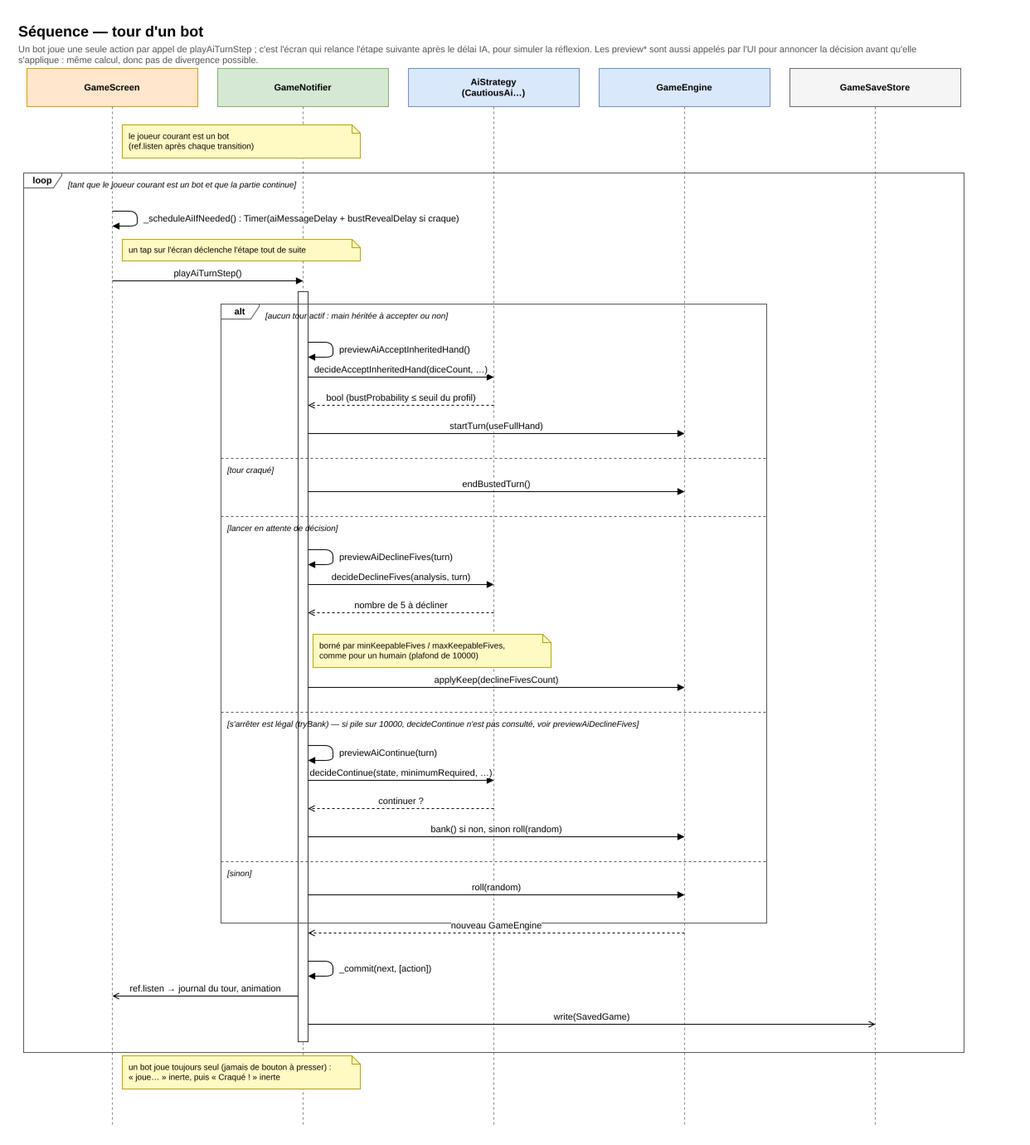
Above: docs/uml/seq-ai-turn.png in microscotch/tenk (draw.io), before the change. Source tidied: cells renumbered, new cells last; positions are measured from the earlier drawing's top-left corner, leaving out a move shared by most shapes.
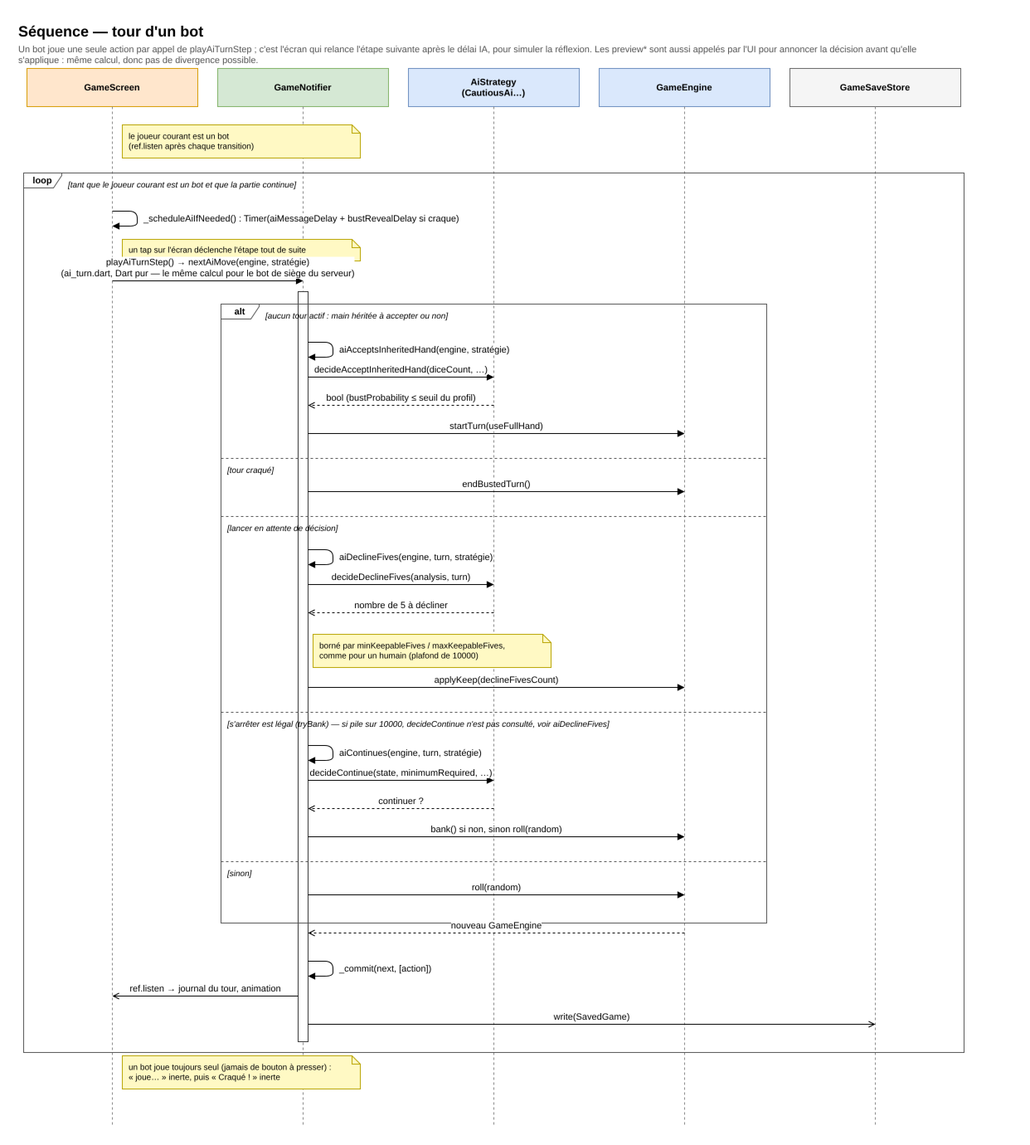
Above is the later version.

The edit, as a diff of the source:
```diff
@@ -75,7 +75,7 @@
     <mxCell id="18" value="un tap sur l'écran déclenche l'étape tout de suite" style="shape=note;size=10;whiteSpace=wrap;html=1;align=left;spacingLeft=6;fontSize=10;fillColor=#fff9c4;strokeColor=#b8a400;" parent="1" vertex="1">
       <mxGeometry x="127" y="268" width="287" height="26" as="geometry" />
     </mxCell>
-    <mxCell id="19" value="playAiTurnStep()" style="endArrow=block;endFill=1;html=1;fontSize=11;verticalAlign=bottom;labelBackgroundColor=#ffffff;" parent="1" edge="1">
+    <mxCell id="19" value="playAiTurnStep() → nextAiMove(engine, stratégie)&lt;br/&gt;(ai_turn.dart, Dart pur — le même calcul pour le bot de siège du serveur)" style="endArrow=block;endFill=1;html=1;fontSize=11;verticalAlign=bottom;labelBackgroundColor=#ffffff;" parent="1" edge="1">
       <mxGeometry relative="1" as="geometry">
         <mxPoint x="115" y="318" as="sourcePoint" />
         <mxPoint x="345" y="318" as="targetPoint" />
@@ -91,7 +91,7 @@
         </Array>
       </mxGeometry>
     </mxCell>
-    <mxCell id="21" value="previewAiAcceptInheritedHand()" style="text;html=1;fontSize=11;align=left;verticalAlign=middle;labelBackgroundColor=#ffffff;" parent="1" vertex="1">
+    <mxCell id="21" value="aiAcceptsInheritedHand(engine, stratégie)" style="text;html=1;fontSize=11;align=left;verticalAlign=middle;labelBackgroundColor=#ffffff;" parent="1" vertex="1">
       <mxGeometry x="387" y="390" width="330" height="22" as="geometry" />
     </mxCell>
     <mxCell id="22" value="decideAcceptInheritedHand(diceCount, …)" style="endArrow=block;endFill=1;html=1;fontSize=11;verticalAlign=bottom;labelBackgroundColor=#ffffff;" parent="1" edge="1">
@@ -128,7 +128,7 @@
         </Array>
       </mxGeometry>
     </mxCell>
-    <mxCell id="27" value="previewAiDeclineFives(turn)" style="text;html=1;fontSize=11;align=left;verticalAlign=middle;labelBackgroundColor=#ffffff;" parent="1" vertex="1">
+    <mxCell id="27" value="aiDeclineFives(engine, turn, stratégie)" style="text;html=1;fontSize=11;align=left;verticalAlign=middle;labelBackgroundColor=#ffffff;" parent="1" vertex="1">
       <mxGeometry x="387" y="640" width="330" height="22" as="geometry" />
     </mxCell>
     <mxCell id="28" value="decideDeclineFives(analysis, turn)" style="endArrow=block;endFill=1;html=1;fontSize=11;verticalAlign=bottom;labelBackgroundColor=#ffffff;" parent="1" edge="1">
@@ -162,7 +162,7 @@
         </Array>
       </mxGeometry>
     </mxCell>
-    <mxCell id="33" value="previewAiContinue(turn)" style="text;html=1;fontSize=11;align=left;verticalAlign=middle;labelBackgroundColor=#ffffff;" parent="1" vertex="1">
+    <mxCell id="33" value="aiContinues(engine, turn, stratégie)" style="text;html=1;fontSize=11;align=left;verticalAlign=middle;labelBackgroundColor=#ffffff;" parent="1" vertex="1">
       <mxGeometry x="387" y="876" width="330" height="22" as="geometry" />
     </mxCell>
     <mxCell id="34" value="decideContinue(state, minimumRequired, …)" style="endArrow=block;endFill=1;html=1;fontSize=11;verticalAlign=bottom;labelBackgroundColor=#ffffff;" parent="1" edge="1">
@@ -219,7 +219,7 @@
         <mxPoint x="904" y="838" as="targetPoint" />
       </mxGeometry>
     </mxCell>
-    <mxCell id="45" value="[s'arrêter est légal (tryBank) — si pile sur 10000, decideContinue n'est pas consulté, voir previewAiDeclineFives]" style="text;html=1;fontSize=10;fontStyle=2;align=left;verticalAlign=top;" parent="1" vertex="1">
+    <mxCell id="45" value="[s'arrêter est légal (tryBank) — si pile sur 10000, decideContinue n'est pas consulté, voir aiDeclineFives]" style="text;html=1;fontSize=10;fontStyle=2;align=left;verticalAlign=top;" parent="1" vertex="1">
       <mxGeometry x="252" y="840" width="598" height="16" as="geometry" />
     </mxCell>
     <mxCell id="46" style="endArrow=none;dashed=1;html=1;strokeColor=#555555;" parent="1" edge="1">
```
